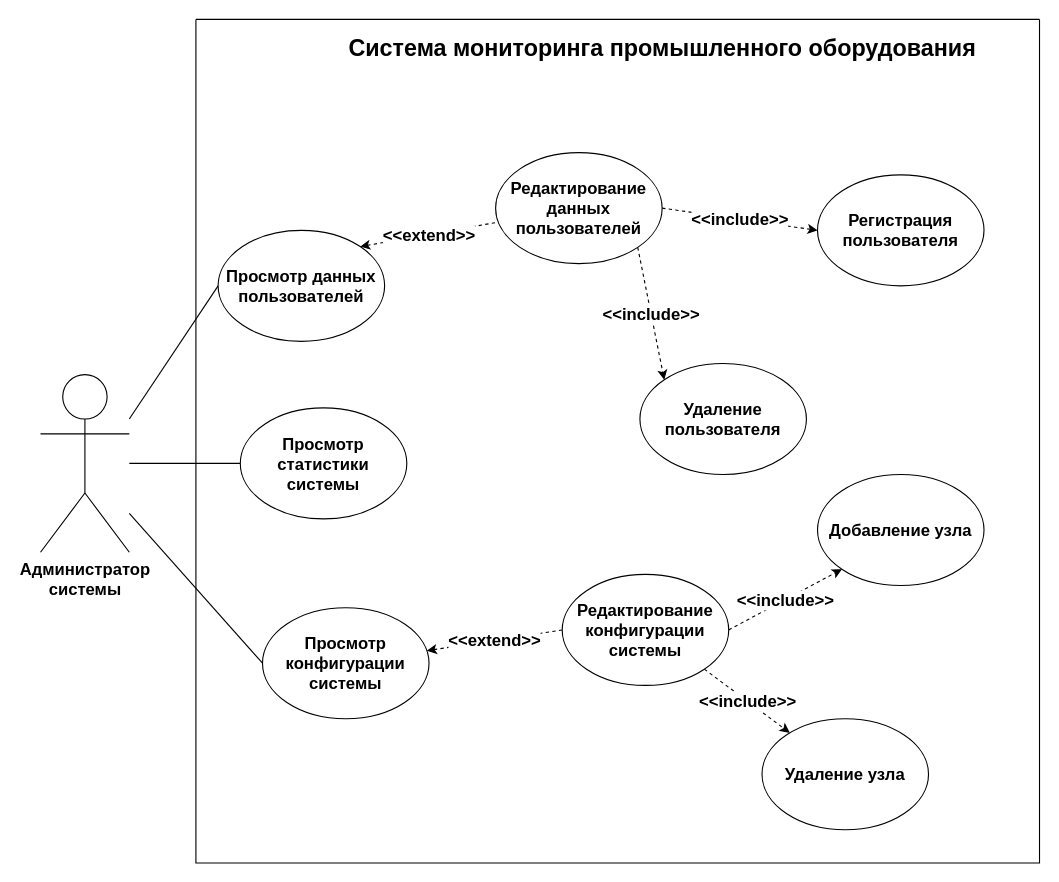
Before: design_section/diagrams/sys_admin_prec.drawio in qwerfah/software-engineering-methodology, a draw.io diagram. Source tidied: cells renumbered, new cells numbered last; positions are measured from the earlier drawing's top-left corner, leaving out a move shared by most shapes. Both pictures are drawn from the tidied source at 111%, with x=0, y=0 at pixel (40, 19).
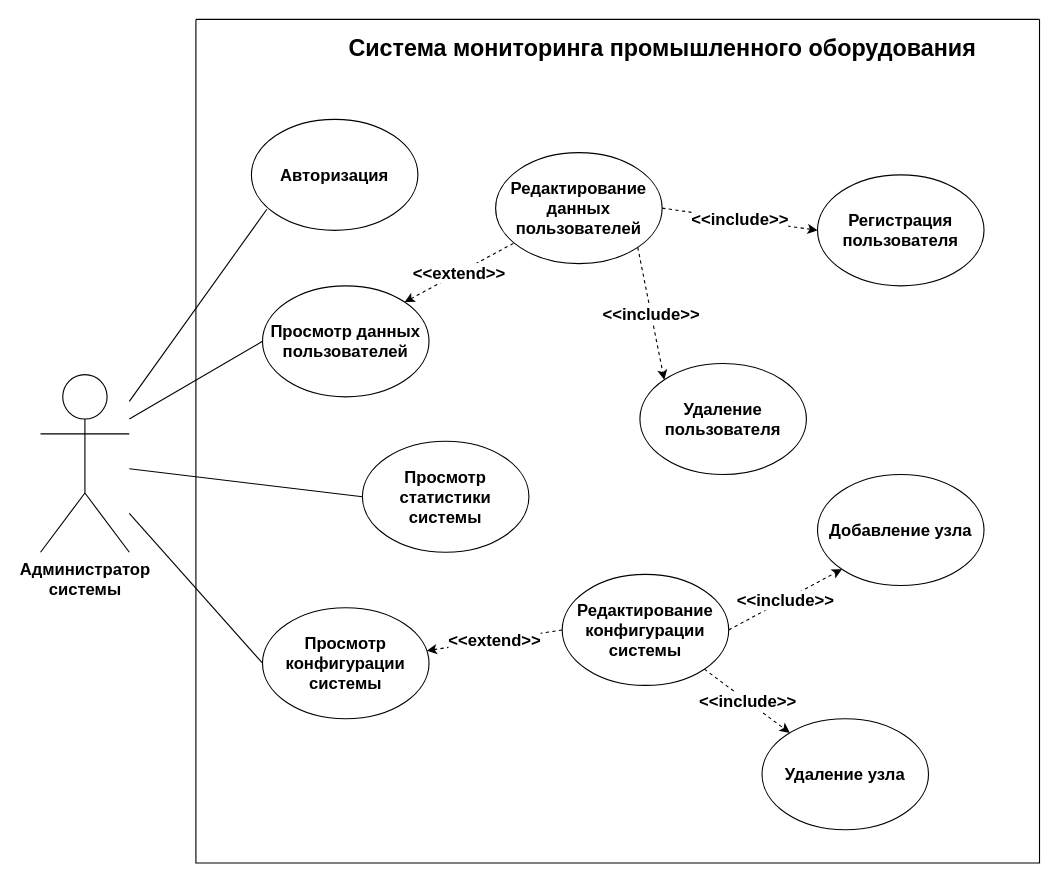
The same diagram, later.

Unchanged cells that the change refers to:
```xml
<mxCell id="4" value="Администратор&lt;br style=&quot;font-size: 15px;&quot;&gt;системы" style="shape=umlActor;verticalLabelPosition=bottom;verticalAlign=top;html=1;outlineConnect=0;fontSize=15;fontStyle=1;" parent="1" vertex="1">
  <mxGeometry y="320" width="80" height="160" as="geometry" />
</mxCell>
<mxCell id="5" style="swimlane;startSize=0;fontSize=15;fontStyle=1;" parent="1" vertex="1">
  <mxGeometry x="140" width="760" height="760" as="geometry" />
</mxCell>
```

Change to the diagram source:
```diff
@@
     <mxCell id="8" value="Просмотр данных пользователей" style="ellipse;whiteSpace=wrap;html=1;fontSize=15;fontStyle=1;" parent="5" vertex="1">
-      <mxGeometry x="20" y="190" width="150" height="100" as="geometry" />
+      <mxGeometry x="60" y="240" width="150" height="100" as="geometry" />
     </mxCell>
     <mxCell id="9" value="Просмотр статистики системы" style="ellipse;whiteSpace=wrap;html=1;fontSize=15;fontStyle=1;" parent="5" vertex="1">
-      <mxGeometry x="40" y="350" width="150" height="100" as="geometry" />
+      <mxGeometry x="150" y="380" width="150" height="100" as="geometry" />
     </mxCell>
@@
+    <mxCell id="23" value="Авторизация" style="ellipse;whiteSpace=wrap;html=1;fontSize=15;fontStyle=1;" parent="5" vertex="1">
+      <mxGeometry x="50" y="90" width="150" height="100" as="geometry" />
+    </mxCell>
@@
+    <mxCell id="24" style="edgeStyle=none;rounded=0;jettySize=auto;html=1;exitX=0.093;exitY=0.81;exitDx=0;exitDy=0;endArrow=none;endFill=0;exitPerimeter=0;" parent="1" edge="1" source="23" target="4">
+      <mxGeometry relative="1" as="geometry" />
+    </mxCell>
```
